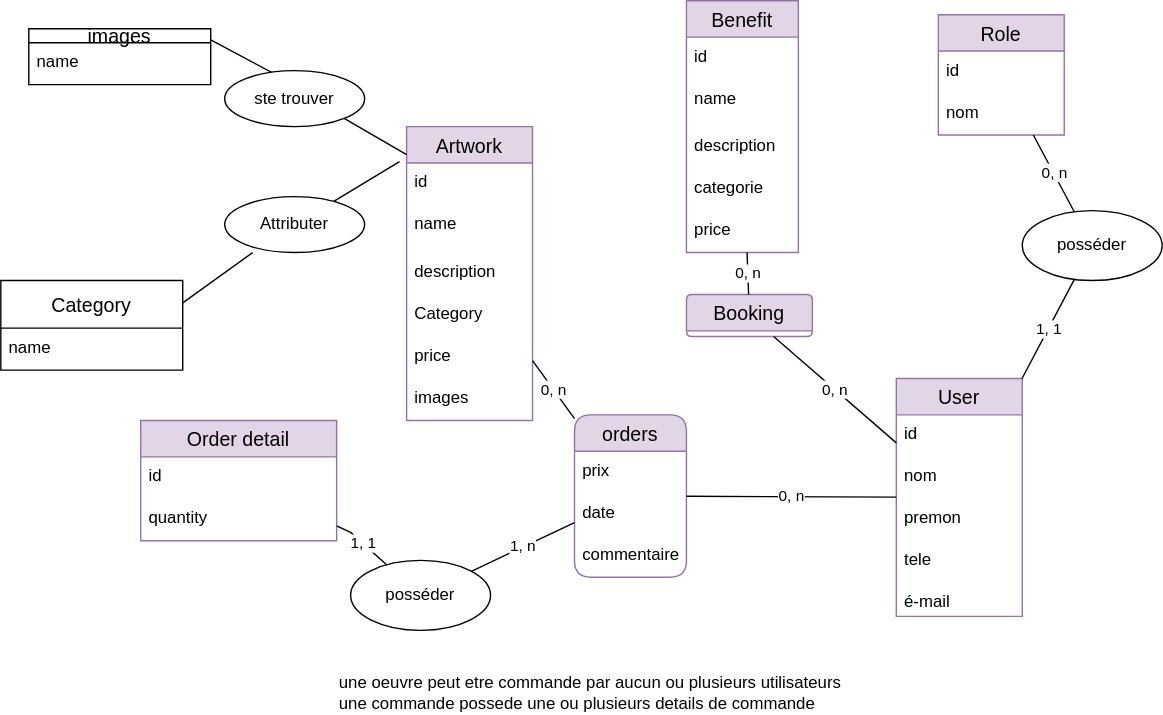
Before: code/server/merise/projet madameqalame/MCD.calligraphie.drawio.svg, a diagram exported from draw.io (Mabrouka659/madameqalam). Source tidied: cells renumbered, new cells last; positions are measured from the earlier drawing's top-left corner, leaving out a move shared by most shapes.
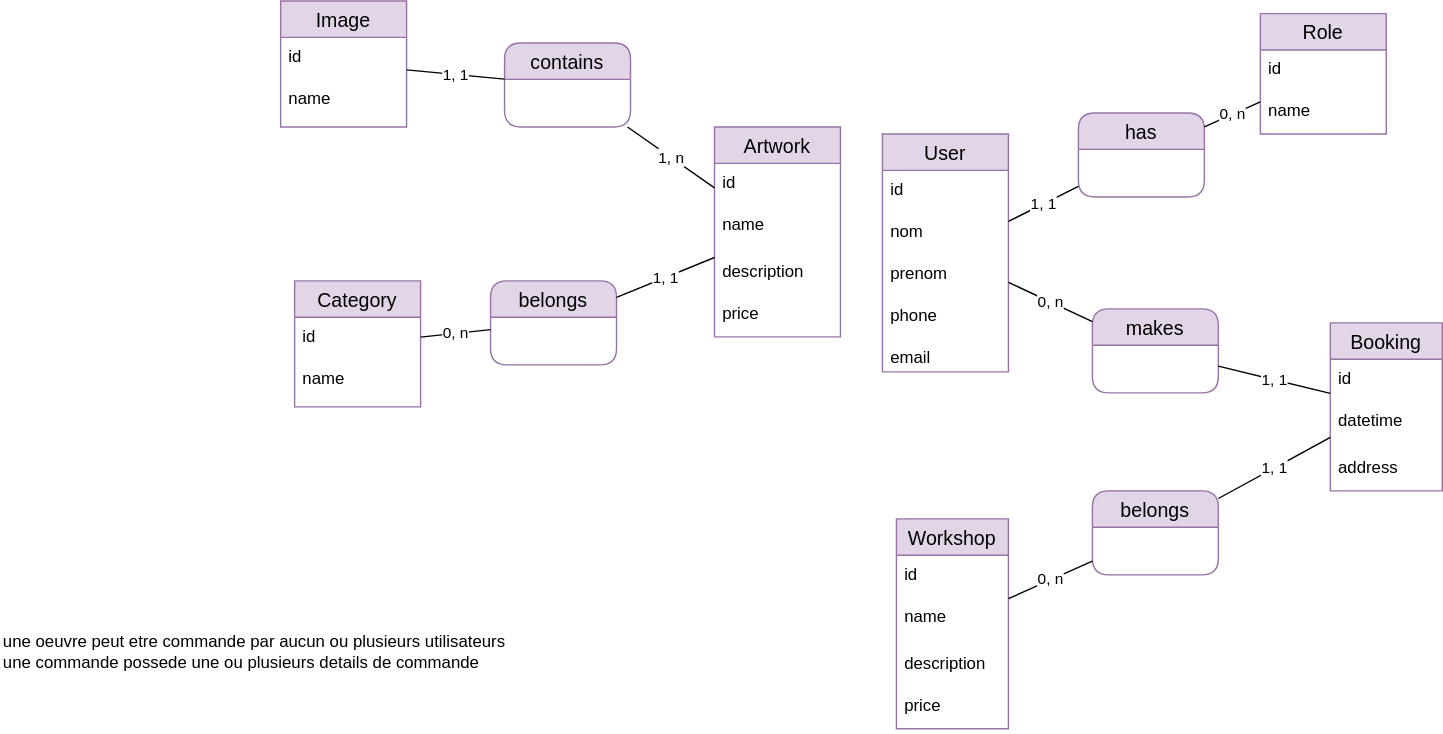
Later version of the same file.

Change to the diagram source:
```diff
@@ -3,7 +3,7 @@
     <mxCell id="0" />
     <mxCell id="1" parent="0" />
     <mxCell id="2" value="User" style="swimlane;fontStyle=0;horizontal=1;startSize=26;align=center;fontSize=14;fillColor=#e1d5e7;strokeColor=#9673a6;" parent="1" vertex="1">
-      <mxGeometry x="640" y="270" width="90" height="170" as="geometry" />
+      <mxGeometry x="410" y="95" width="90" height="170" as="geometry" />
     </mxCell>
     <mxCell id="3" value="id" style="text;strokeColor=none;fillColor=none;spacingLeft=4;spacingRight=4;overflow=hidden;fontSize=12;" parent="2" vertex="1">
       <mxGeometry y="26" width="90" height="30" as="geometry" />
@@ -11,17 +11,17 @@
     <mxCell id="4" value="nom" style="text;strokeColor=none;fillColor=none;spacingLeft=4;spacingRight=4;overflow=hidden;fontSize=12;" parent="2" vertex="1">
       <mxGeometry y="56" width="90" height="30" as="geometry" />
     </mxCell>
-    <mxCell id="5" value="premon" style="text;strokeColor=none;fillColor=none;spacingLeft=4;spacingRight=4;overflow=hidden;fontSize=12;" parent="2" vertex="1">
+    <mxCell id="5" value="prenom" style="text;strokeColor=none;fillColor=none;spacingLeft=4;spacingRight=4;overflow=hidden;fontSize=12;" parent="2" vertex="1">
       <mxGeometry y="86" width="90" height="30" as="geometry" />
     </mxCell>
-    <mxCell id="6" value="tele" style="text;strokeColor=none;fillColor=none;spacingLeft=4;spacingRight=4;overflow=hidden;fontSize=12;" parent="2" vertex="1">
+    <mxCell id="6" value="phone" style="text;strokeColor=none;fillColor=none;spacingLeft=4;spacingRight=4;overflow=hidden;fontSize=12;" parent="2" vertex="1">
       <mxGeometry y="116" width="90" height="30" as="geometry" />
     </mxCell>
-    <mxCell id="7" value="é-mail" style="text;strokeColor=none;fillColor=none;spacingLeft=4;spacingRight=4;overflow=hidden;fontSize=12;" parent="2" vertex="1">
+    <mxCell id="7" value="email" style="text;strokeColor=none;fillColor=none;spacingLeft=4;spacingRight=4;overflow=hidden;fontSize=12;" parent="2" vertex="1">
       <mxGeometry y="146" width="90" height="24" as="geometry" />
     </mxCell>
-    <mxCell id="8" value="Benefit" style="swimlane;fontStyle=0;horizontal=1;startSize=26;align=center;fontSize=14;fillColor=#e1d5e7;strokeColor=#9673a6;" parent="1" vertex="1">
-      <mxGeometry x="490" width="80" height="180" as="geometry" />
+    <mxCell id="8" value="Workshop" style="swimlane;fontStyle=0;horizontal=1;startSize=26;align=center;fontSize=14;fillColor=#e1d5e7;strokeColor=#9673a6;" parent="1" vertex="1">
+      <mxGeometry x="420" y="370" width="80" height="150" as="geometry" />
     </mxCell>
     <mxCell id="9" value="id" style="text;strokeColor=none;fillColor=none;spacingLeft=4;spacingRight=4;overflow=hidden;fontSize=12;" parent="8" vertex="1">
       <mxGeometry y="26" width="80" height="30" as="geometry" />
@@ -32,14 +32,11 @@
     <mxCell id="11" value="description" style="text;strokeColor=none;fillColor=none;spacingLeft=4;spacingRight=4;overflow=hidden;fontSize=12;" parent="8" vertex="1">
       <mxGeometry y="90" width="80" height="30" as="geometry" />
     </mxCell>
-    <mxCell id="12" value="categorie" style="text;strokeColor=none;fillColor=none;spacingLeft=4;spacingRight=4;overflow=hidden;fontSize=12;" parent="8" vertex="1">
-      <mxGeometry y="120" width="80" height="30" as="geometry" />
-    </mxCell>
     <mxCell id="13" value="price" style="text;strokeColor=none;fillColor=none;spacingLeft=4;spacingRight=4;overflow=hidden;fontSize=12;" parent="8" vertex="1">
-      <mxGeometry y="150" width="80" height="30" as="geometry" />
+      <mxGeometry y="120" width="80" height="30" as="geometry" />
     </mxCell>
     <mxCell id="14" value="Artwork" style="swimlane;fontStyle=0;horizontal=1;startSize=26;align=center;fontSize=14;fillColor=#e1d5e7;strokeColor=#9673a6;" parent="1" vertex="1">
-      <mxGeometry x="290" y="90" width="90" height="210" as="geometry" />
+      <mxGeometry x="290" y="90" width="90" height="150" as="geometry" />
     </mxCell>
     <mxCell id="15" value="id" style="text;strokeColor=none;fillColor=none;spacingLeft=4;spacingRight=4;overflow=hidden;points=[[0,0.5],[1,0.5]];portConstraint=eastwest;fontSize=12;" parent="14" vertex="1">
       <mxGeometry y="26" width="90" height="30" as="geometry" />
@@ -50,120 +47,95 @@
     <mxCell id="17" value="description" style="text;strokeColor=none;fillColor=none;spacingLeft=4;spacingRight=4;overflow=hidden;fontSize=12;" parent="14" vertex="1">
       <mxGeometry y="90" width="90" height="30" as="geometry" />
     </mxCell>
-    <mxCell id="18" value="Category" style="text;strokeColor=none;fillColor=none;spacingLeft=4;spacingRight=4;overflow=hidden;fontSize=12;" parent="14" vertex="1">
-      <mxGeometry y="120" width="90" height="30" as="geometry" />
-    </mxCell>
     <mxCell id="19" value="price" style="text;strokeColor=none;fillColor=none;spacingLeft=4;spacingRight=4;overflow=hidden;fontSize=12;" parent="14" vertex="1">
-      <mxGeometry y="150" width="90" height="30" as="geometry" />
+      <mxGeometry y="120" width="90" height="30" as="geometry" />
     </mxCell>
-    <mxCell id="20" value="images" style="text;strokeColor=none;fillColor=none;spacingLeft=4;spacingRight=4;overflow=hidden;fontSize=12;" parent="14" vertex="1">
-      <mxGeometry y="180" width="90" height="30" as="geometry" />
-    </mxCell>
     <mxCell id="21" value="Role" style="swimlane;fontStyle=0;horizontal=1;startSize=26;align=center;fontSize=14;fillColor=#e1d5e7;strokeColor=#9673a6;" parent="1" vertex="1">
-      <mxGeometry x="670" y="10" width="90" height="86" as="geometry" />
+      <mxGeometry x="680" y="9" width="90" height="86" as="geometry" />
     </mxCell>
     <mxCell id="22" value="id" style="text;strokeColor=none;fillColor=none;spacingLeft=4;spacingRight=4;overflow=hidden;fontSize=12;" parent="21" vertex="1">
       <mxGeometry y="26" width="90" height="30" as="geometry" />
     </mxCell>
-    <mxCell id="23" value="nom" style="text;strokeColor=none;fillColor=none;spacingLeft=4;spacingRight=4;overflow=hidden;fontSize=12;" parent="21" vertex="1">
+    <mxCell id="23" value="name" style="text;strokeColor=none;fillColor=none;spacingLeft=4;spacingRight=4;overflow=hidden;fontSize=12;" parent="21" vertex="1">
       <mxGeometry y="56" width="90" height="30" as="geometry" />
     </mxCell>
-    <mxCell id="24" value="posséder" style="ellipse;whiteSpace=wrap;html=1;align=center;" parent="1" vertex="1">
-      <mxGeometry x="730" y="150" width="100" height="50" as="geometry" />
-    </mxCell>
-    <mxCell id="25" value="1, 1" style="endArrow=none;html=1;rounded=0;" parent="1" edge="1" source="2" target="24">
-      <mxGeometry relative="1" as="geometry" />
-    </mxCell>
-    <mxCell id="26" value="0, n" style="endArrow=none;html=1;rounded=0;" parent="1" edge="1" source="24" target="21">
-      <mxGeometry relative="1" as="geometry" />
-    </mxCell>
+    <mxCell id="42" value="une oeuvre peut etre commande par aucun ou plusieurs utilisateurs&lt;br&gt;une commande possede une ou plusieurs details de commande" style="text;html=1;strokeColor=none;fillColor=none;align=left;verticalAlign=middle;whiteSpace=wrap;rounded=0;" parent="1" vertex="1">
+      <mxGeometry x="-220" y="450" width="590" height="30" as="geometry" />
+    </mxCell>
+    <mxCell id="53" value="Image" style="swimlane;fontStyle=0;horizontal=1;startSize=26;align=center;fontSize=14;fillColor=#e1d5e7;strokeColor=#9673a6;" parent="1" vertex="1">
+      <mxGeometry x="-20" width="90" height="90" as="geometry" />
+    </mxCell>
+    <mxCell id="54" value="id" style="text;strokeColor=none;fillColor=none;spacingLeft=4;spacingRight=4;overflow=hidden;fontSize=12;" parent="53" vertex="1">
+      <mxGeometry y="26" width="90" height="30" as="geometry" />
+    </mxCell>
+    <mxCell id="55" value="name" style="text;strokeColor=none;fillColor=none;spacingLeft=4;spacingRight=4;overflow=hidden;fontSize=12;" parent="53" vertex="1">
+      <mxGeometry y="56" width="90" height="34" as="geometry" />
+    </mxCell>
+    <mxCell id="56" value="Category" style="swimlane;fontStyle=0;horizontal=1;startSize=26;align=center;fontSize=14;fillColor=#e1d5e7;strokeColor=#9673a6;" parent="1" vertex="1">
+      <mxGeometry x="-10" y="200" width="90" height="90" as="geometry" />
+    </mxCell>
+    <mxCell id="57" value="id" style="text;strokeColor=none;fillColor=none;spacingLeft=4;spacingRight=4;overflow=hidden;fontSize=12;" parent="56" vertex="1">
+      <mxGeometry y="26" width="90" height="30" as="geometry" />
+    </mxCell>
+    <mxCell id="58" value="name" style="text;strokeColor=none;fillColor=none;spacingLeft=4;spacingRight=4;overflow=hidden;fontSize=12;" parent="56" vertex="1">
+      <mxGeometry y="56" width="90" height="34" as="geometry" />
+    </mxCell>
+    <mxCell id="59" value="contains" style="swimlane;fontStyle=0;horizontal=1;startSize=26;align=center;fontSize=14;fillColor=#e1d5e7;strokeColor=#9673a6;rounded=1;" parent="1" vertex="1">
+      <mxGeometry x="140" y="30" width="90" height="60" as="geometry" />
+    </mxCell>
+    <mxCell id="60" value="belongs" style="swimlane;fontStyle=0;horizontal=1;startSize=26;align=center;fontSize=14;fillColor=#e1d5e7;strokeColor=#9673a6;rounded=1;" parent="1" vertex="1">
+      <mxGeometry x="130" y="200" width="90" height="60" as="geometry" />
+    </mxCell>
+    <mxCell id="61" value="1, 1" style="endArrow=none;html=1;rounded=0;" parent="1" edge="1" source="53" target="59">
+      <mxGeometry relative="1" as="geometry" />
+    </mxCell>
+    <mxCell id="41" value="1, n" style="endArrow=none;html=1;rounded=0;" parent="1" edge="1" source="59" target="14">
+      <mxGeometry relative="1" as="geometry" />
+    </mxCell>
+    <mxCell id="62" value="0, n" style="endArrow=none;html=1;rounded=0;" parent="1" edge="1" source="56" target="60">
+      <mxGeometry relative="1" as="geometry" />
+    </mxCell>
+    <mxCell id="63" value="1, 1" style="endArrow=none;html=1;rounded=0;" parent="1" edge="1" source="60" target="14">
+      <mxGeometry relative="1" as="geometry" />
+    </mxCell>
+    <mxCell id="64" value="has" style="swimlane;fontStyle=0;horizontal=1;startSize=26;align=center;fontSize=14;fillColor=#e1d5e7;strokeColor=#9673a6;rounded=1;" parent="1" vertex="1">
+      <mxGeometry x="550" y="80" width="90" height="60" as="geometry" />
+    </mxCell>
+    <mxCell id="65" value="1, 1" style="endArrow=none;html=1;rounded=0;" parent="1" edge="1" source="2" target="64">
+      <mxGeometry relative="1" as="geometry" />
+    </mxCell>
+    <mxCell id="66" value="0, n" style="endArrow=none;html=1;rounded=0;" parent="1" edge="1" source="64" target="21">
+      <mxGeometry relative="1" as="geometry" />
+    </mxCell>
-    <mxCell id="27" value="Booking" style="swimlane;fontStyle=0;horizontal=1;startSize=26;align=center;fontSize=14;fillColor=#e1d5e7;strokeColor=#9673a6;rounded=1;" parent="1" vertex="1" collapsed="1">
-      <mxGeometry x="490" y="210" width="90" height="30" as="geometry" />
+    <mxCell id="27" value="Booking" style="swimlane;fontStyle=0;horizontal=1;startSize=26;align=center;fontSize=14;fillColor=#e1d5e7;strokeColor=#9673a6;" parent="1" vertex="1">
+      <mxGeometry x="730" y="230" width="80" height="120" as="geometry" />
     </mxCell>
-    <mxCell id="28" value="0, n" style="endArrow=none;html=1;rounded=0;" parent="1" edge="1" source="27" target="8">
-      <mxGeometry relative="1" as="geometry" />
-    </mxCell>
-    <mxCell id="29" value="0, n" style="endArrow=none;html=1;rounded=0;" parent="1" edge="1" source="27" target="2">
-      <mxGeometry relative="1" as="geometry" />
-    </mxCell>
-    <mxCell id="30" value="0, n" style="endArrow=none;html=1;rounded=0;" parent="1" edge="1" source="14" target="31">
-      <mxGeometry relative="1" as="geometry" />
-    </mxCell>
-    <mxCell id="31" value="orders" style="swimlane;fontStyle=0;horizontal=1;startSize=26;align=center;fontSize=14;fillColor=#e1d5e7;strokeColor=#9673a6;rounded=1;" parent="1" vertex="1">
-      <mxGeometry x="410" y="296" width="80" height="116" as="geometry" />
-    </mxCell>
-    <mxCell id="32" value="prix" style="text;strokeColor=none;fillColor=none;spacingLeft=4;spacingRight=4;overflow=hidden;fontSize=12;" parent="31" vertex="1">
-      <mxGeometry y="26" width="80" height="30" as="geometry" />
-    </mxCell>
-    <mxCell id="33" value="date" style="text;strokeColor=none;fillColor=none;spacingLeft=4;spacingRight=4;overflow=hidden;fontSize=12;" parent="31" vertex="1">
-      <mxGeometry y="56" width="80" height="30" as="geometry" />
-    </mxCell>
-    <mxCell id="34" value="commentaire" style="text;strokeColor=none;fillColor=none;spacingLeft=4;spacingRight=4;overflow=hidden;fontSize=12;" parent="31" vertex="1">
-      <mxGeometry y="86" width="80" height="30" as="geometry" />
-    </mxCell>
-    <mxCell id="35" value="0, n" style="endArrow=none;html=1;rounded=0;" parent="1" edge="1" source="31" target="2">
-      <mxGeometry relative="1" as="geometry" />
-    </mxCell>
-    <mxCell id="36" value="Order detail" style="swimlane;fontStyle=0;horizontal=1;startSize=26;align=center;fontSize=14;fillColor=#e1d5e7;strokeColor=#9673a6;rounded=0;" parent="1" vertex="1">
-      <mxGeometry x="100" y="300" width="140" height="86" as="geometry" />
-    </mxCell>
-    <mxCell id="37" value="id" style="text;strokeColor=none;fillColor=none;spacingLeft=4;spacingRight=4;overflow=hidden;fontSize=12;" parent="36" vertex="1">
-      <mxGeometry y="26" width="140" height="30" as="geometry" />
-    </mxCell>
-    <mxCell id="38" value="quantity" style="text;strokeColor=none;fillColor=none;spacingLeft=4;spacingRight=4;overflow=hidden;fontSize=12;" parent="36" vertex="1">
-      <mxGeometry y="56" width="140" height="30" as="geometry" />
-    </mxCell>
-    <mxCell id="39" value="posséder" style="ellipse;whiteSpace=wrap;html=1;align=center;" parent="1" vertex="1">
-      <mxGeometry x="250" y="400" width="100" height="50" as="geometry" />
-    </mxCell>
-    <mxCell id="40" value="1, 1" style="endArrow=none;html=1;rounded=0;" parent="1" edge="1" source="36" target="39">
-      <mxGeometry relative="1" as="geometry">
-        <Array as="points">
-          <mxPoint x="250" y="380" />
-        </Array>
-      </mxGeometry>
-    </mxCell>
-    <mxCell id="41" value="1, n" style="endArrow=none;html=1;rounded=0;" parent="1" edge="1" source="31" target="39">
-      <mxGeometry relative="1" as="geometry" />
-    </mxCell>
-    <mxCell id="42" value="une oeuvre peut etre commande par aucun ou plusieurs utilisateurs&lt;br&gt;une commande possede une ou plusieurs details de commande" style="text;html=1;strokeColor=none;fillColor=none;align=left;verticalAlign=middle;whiteSpace=wrap;rounded=0;" parent="1" vertex="1">
-      <mxGeometry x="240" y="480" width="590" height="30" as="geometry" />
-    </mxCell>
-    <mxCell id="43" value="images" style="swimlane;fontStyle=0;horizontal=1;startSize=10;align=center;fontSize=14;" parent="1" vertex="1">
-      <mxGeometry x="20" y="20" width="130" height="40" as="geometry" />
-    </mxCell>
-    <mxCell id="44" value="name" style="text;strokeColor=none;fillColor=none;spacingLeft=4;spacingRight=4;overflow=hidden;points=[[0,0.5],[1,0.5]];portConstraint=eastwest;fontSize=12;" parent="43" vertex="1">
-      <mxGeometry y="10" width="130" height="30" as="geometry" />
-    </mxCell>
-    <mxCell id="45" style="endArrow=none;html=1;rounded=0;exitX=1;exitY=-0.067;exitDx=0;exitDy=0;exitPerimeter=0;" parent="1" edge="1" source="44">
-      <mxGeometry relative="1" as="geometry">
-        <mxPoint x="210" y="60" as="targetPoint" />
-      </mxGeometry>
-    </mxCell>
-    <mxCell id="46" value="Category" style="swimlane;fontStyle=0;horizontal=1;startSize=34;align=center;fontSize=14;" parent="1" vertex="1">
-      <mxGeometry y="200" width="130" height="64" as="geometry" />
-    </mxCell>
-    <mxCell id="47" value="name" style="text;strokeColor=none;fillColor=none;spacingLeft=4;spacingRight=4;overflow=hidden;fontSize=12;" parent="46" vertex="1">
-      <mxGeometry y="34" width="130" height="30" as="geometry" />
-    </mxCell>
-    <mxCell id="48" style="endArrow=none;html=1;rounded=0;exitX=1;exitY=0.25;exitDx=0;exitDy=0;" parent="1" edge="1" source="46">
-      <mxGeometry relative="1" as="geometry">
-        <mxPoint x="180" y="180" as="targetPoint" />
-      </mxGeometry>
-    </mxCell>
-    <mxCell id="49" value="Attributer" style="ellipse;whiteSpace=wrap;html=1;align=center;" parent="1" vertex="1">
-      <mxGeometry x="160" y="140" width="100" height="40" as="geometry" />
-    </mxCell>
-    <mxCell id="50" value="ste trouver&amp;nbsp;" style="ellipse;whiteSpace=wrap;html=1;align=center;" parent="1" vertex="1">
-      <mxGeometry x="160" y="50" width="100" height="40" as="geometry" />
-    </mxCell>
-    <mxCell id="51" style="endArrow=none;html=1;rounded=0;exitX=1;exitY=1;exitDx=0;exitDy=0;" parent="1" edge="1" source="50">
-      <mxGeometry relative="1" as="geometry">
-        <mxPoint x="290" y="110" as="targetPoint" />
-      </mxGeometry>
-    </mxCell>
-    <mxCell id="52" style="endArrow=none;html=1;rounded=0;entryX=-0.056;entryY=-0.033;entryDx=0;entryDy=0;entryPerimeter=0;" parent="1" edge="1" source="49" target="15">
-      <mxGeometry relative="1" as="geometry" />
-    </mxCell>
+    <mxCell id="67" value="id" style="text;strokeColor=none;fillColor=none;spacingLeft=4;spacingRight=4;overflow=hidden;fontSize=12;" parent="27" vertex="1">
+      <mxGeometry y="26" width="80" height="30" as="geometry" />
+    </mxCell>
+    <mxCell id="68" value="datetime" style="text;strokeColor=none;fillColor=none;spacingLeft=4;spacingRight=4;overflow=hidden;fontSize=12;" parent="27" vertex="1">
+      <mxGeometry y="56" width="80" height="34" as="geometry" />
+    </mxCell>
+    <mxCell id="69" value="address" style="text;strokeColor=none;fillColor=none;spacingLeft=4;spacingRight=4;overflow=hidden;fontSize=12;" parent="27" vertex="1">
+      <mxGeometry y="90" width="80" height="30" as="geometry" />
+    </mxCell>
+    <mxCell id="70" value="makes" style="swimlane;fontStyle=0;horizontal=1;startSize=26;align=center;fontSize=14;fillColor=#e1d5e7;strokeColor=#9673a6;rounded=1;" parent="1" vertex="1">
+      <mxGeometry x="560" y="220" width="90" height="60" as="geometry" />
+    </mxCell>
+    <mxCell id="71" value="0, n" style="endArrow=none;html=1;rounded=0;" parent="1" edge="1" source="2" target="70">
+      <mxGeometry relative="1" as="geometry" />
+    </mxCell>
+    <mxCell id="72" value="1, 1" style="endArrow=none;html=1;rounded=0;" parent="1" edge="1" source="70" target="27">
+      <mxGeometry relative="1" as="geometry" />
+    </mxCell>
+    <mxCell id="73" value="belongs" style="swimlane;fontStyle=0;horizontal=1;startSize=26;align=center;fontSize=14;fillColor=#e1d5e7;strokeColor=#9673a6;rounded=1;" parent="1" vertex="1">
+      <mxGeometry x="560" y="350" width="90" height="60" as="geometry" />
+    </mxCell>
+    <mxCell id="74" value="1, 1" style="endArrow=none;html=1;rounded=0;" parent="1" edge="1" source="73" target="27">
+      <mxGeometry relative="1" as="geometry" />
+    </mxCell>
+    <mxCell id="75" value="0, n" style="endArrow=none;html=1;rounded=0;" parent="1" edge="1" source="8" target="73">
+      <mxGeometry relative="1" as="geometry" />
+    </mxCell>
   </root>
 </mxGraphModel>
```
